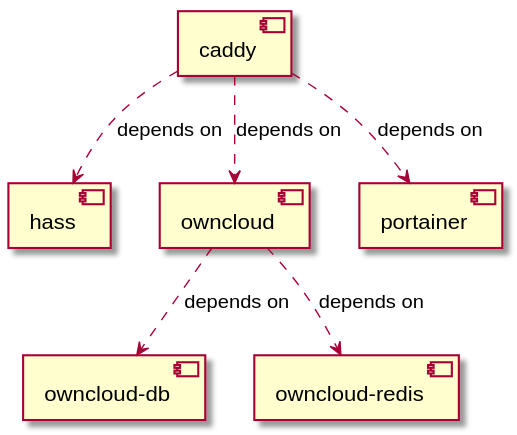
This is services_graph.svg from CS-Tao/pi-services, a PlantUML export, as it was before one commit.
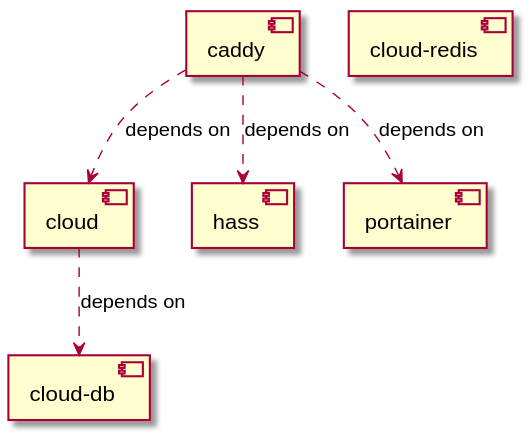
The same diagram one commit later.

Commit message:
Automated deployment: Mon Feb 10 12:56:51 UTC 2020 c341cfc531fc4eeb4a5a6284ebd39cc28d40c144

Diff of the diagram source:
```diff
@@ -1,15 +1,14 @@
 @startuml
 skinparam componentStyle uml2
 [caddy]
+[cloud]
+[cloud-db]
+[cloud-redis]
 [hass]
-[owncloud]
-[owncloud-db]
-[owncloud-redis]
 [portainer]
+[caddy] ..> [cloud] : depends on
 [caddy] ..> [hass] : depends on
-[caddy] ..> [owncloud] : depends on
 [caddy] ..> [portainer] : depends on
-[owncloud] ..> [owncloud-db] : depends on
-[owncloud] ..> [owncloud-redis] : depends on
+[cloud] ..> [cloud-db] : depends on
 
 @enduml
```
